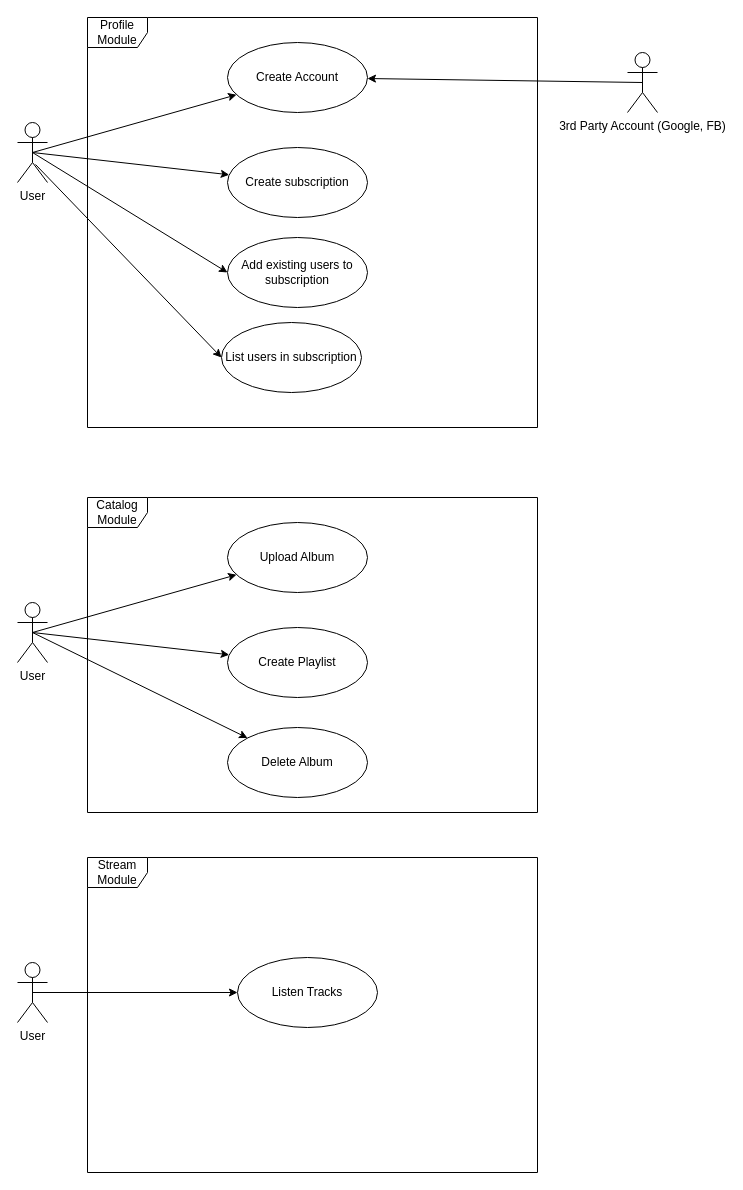
This is page "Use Cases" (2 of 2) of diagrams/main.drawio from HostYourMusic/documentation, a draw.io file, before an edit. Source tidied: cells renumbered, new cells numbered last; positions are measured from the earlier drawing's top-left corner, leaving out a move shared by most shapes. Both pictures are drawn from the tidied source at 100%, with x=0, y=0 at pixel (17, 17).
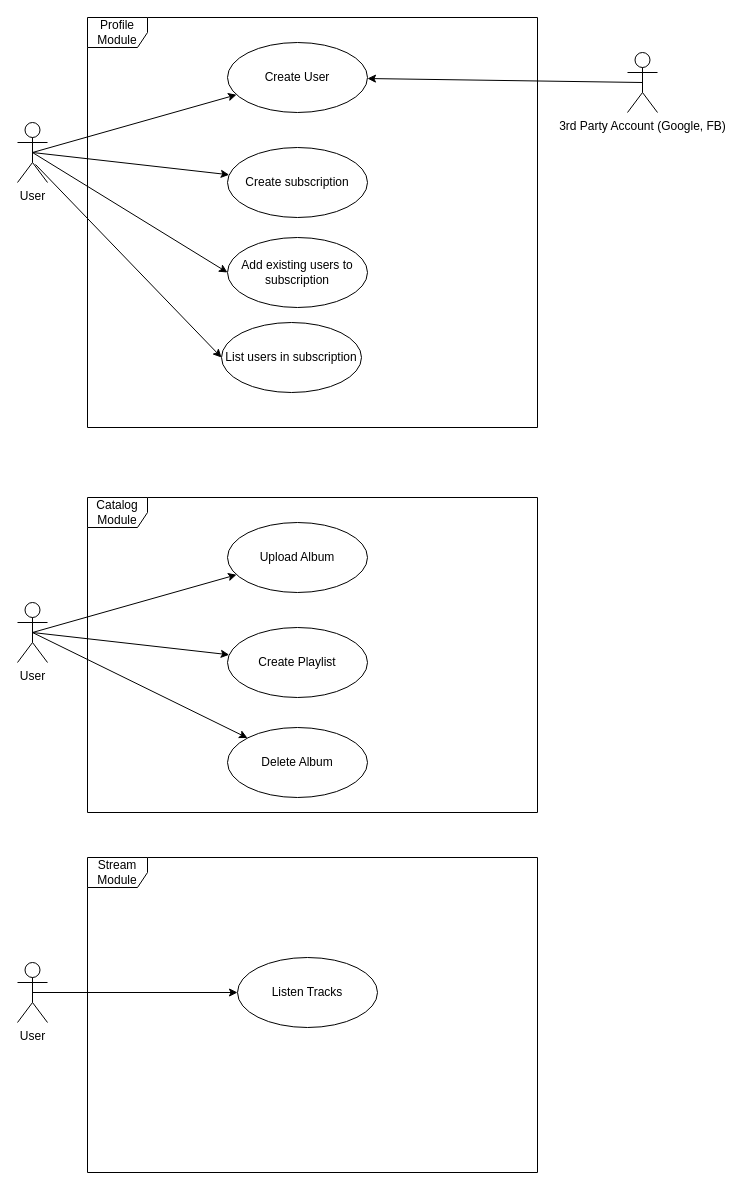
After the change.

Commit message:
Rename Account -> User

Diff of the diagram source:
```diff
@@
-    <mxCell id="5" value="Create Account" style="ellipse;whiteSpace=wrap;html=1;" parent="1" vertex="1">
+    <mxCell id="5" value="Create User" style="ellipse;whiteSpace=wrap;html=1;" parent="1" vertex="1">
       <mxGeometry x="210" y="25" width="140" height="70" as="geometry" />
     </mxCell>
```
